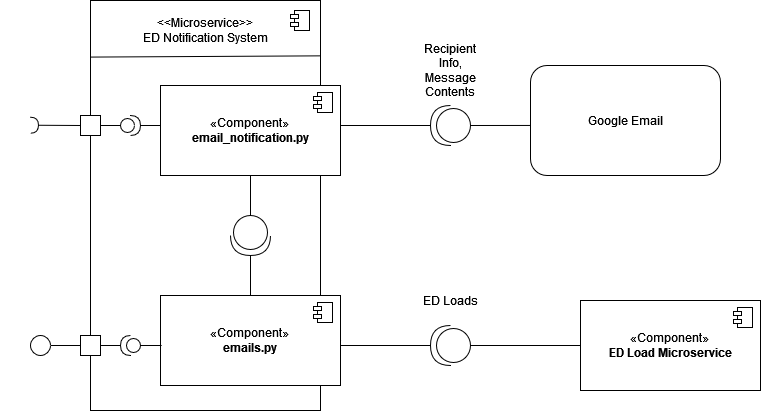
Earlier version of the draw.io export Assets/M2/NotificationServiceAssets/Notification_CC.png (uvic-teach/project-m1-team9). Source tidied: cells renumbered, new cells last; positions are measured from the earlier drawing's top-left corner, leaving out a move shared by most shapes.
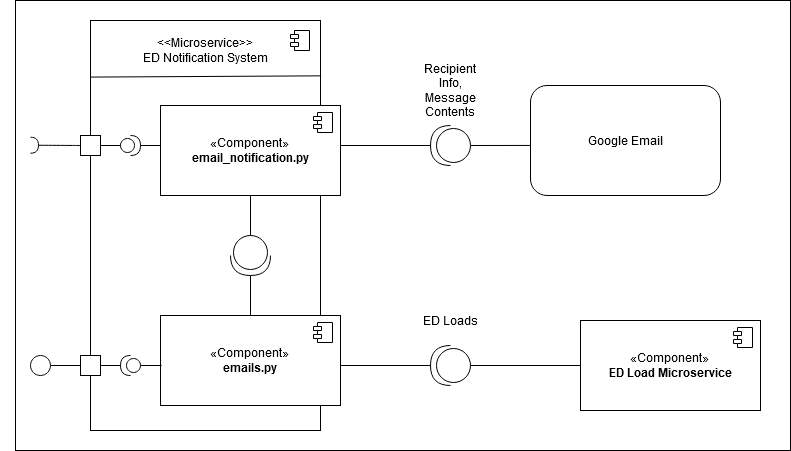
Later version of the same file.

Change to the diagram source:
```diff
@@ -2,6 +2,9 @@
   <root>
     <mxCell id="0" />
     <mxCell id="1" parent="0" />
+    <mxCell id="36" style="rounded=0;whiteSpace=wrap;html=1;" parent="1" vertex="1">
+      <mxGeometry x="15" y="-20" width="775" height="450" as="geometry" />
+    </mxCell>
     <mxCell id="2" style="rounded=0;whiteSpace=wrap;html=1;" parent="1" vertex="1">
       <mxGeometry x="90" width="230" height="410" as="geometry" />
     </mxCell>
```
